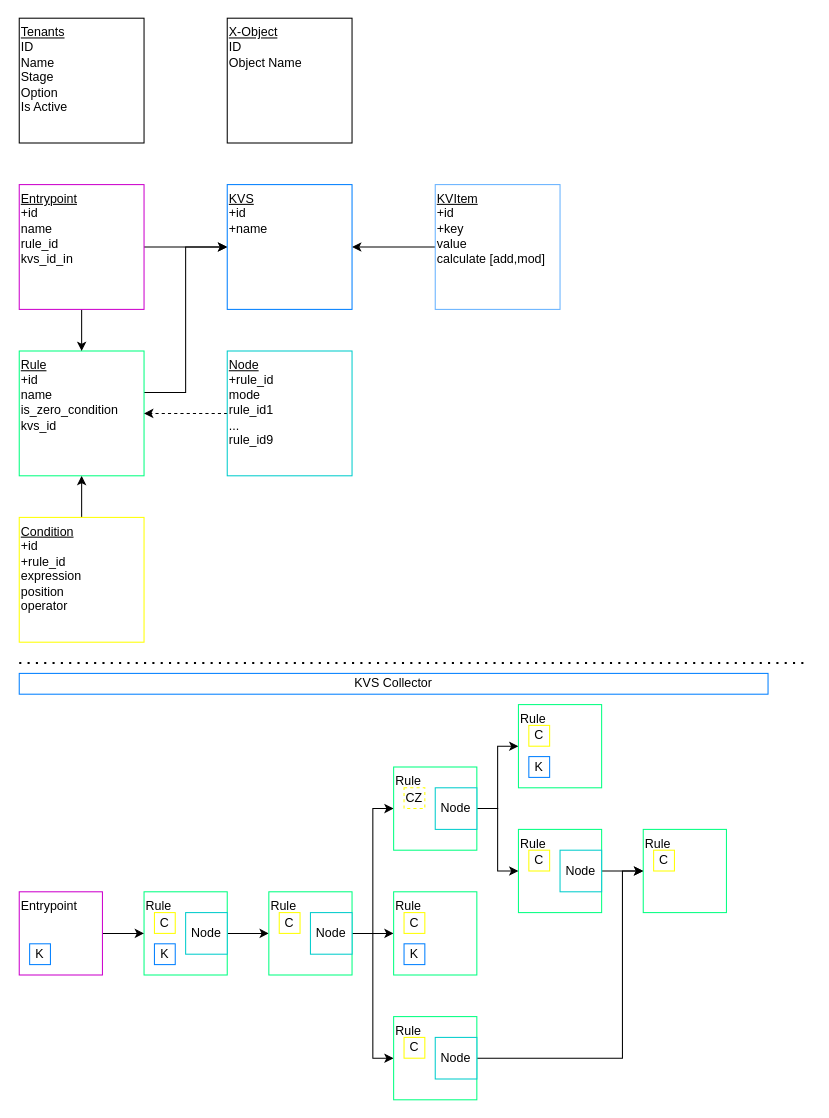
Before: page "Connections" (2 of 3) of NRule.drawio in edervzz/nrules, a draw.io diagram. Source tidied: cells renumbered, new cells numbered last; positions are measured from the earlier drawing's top-left corner, leaving out a move shared by most shapes. Both pictures are drawn from the tidied source at 104%, with x=0, y=0 at pixel (19, 18).
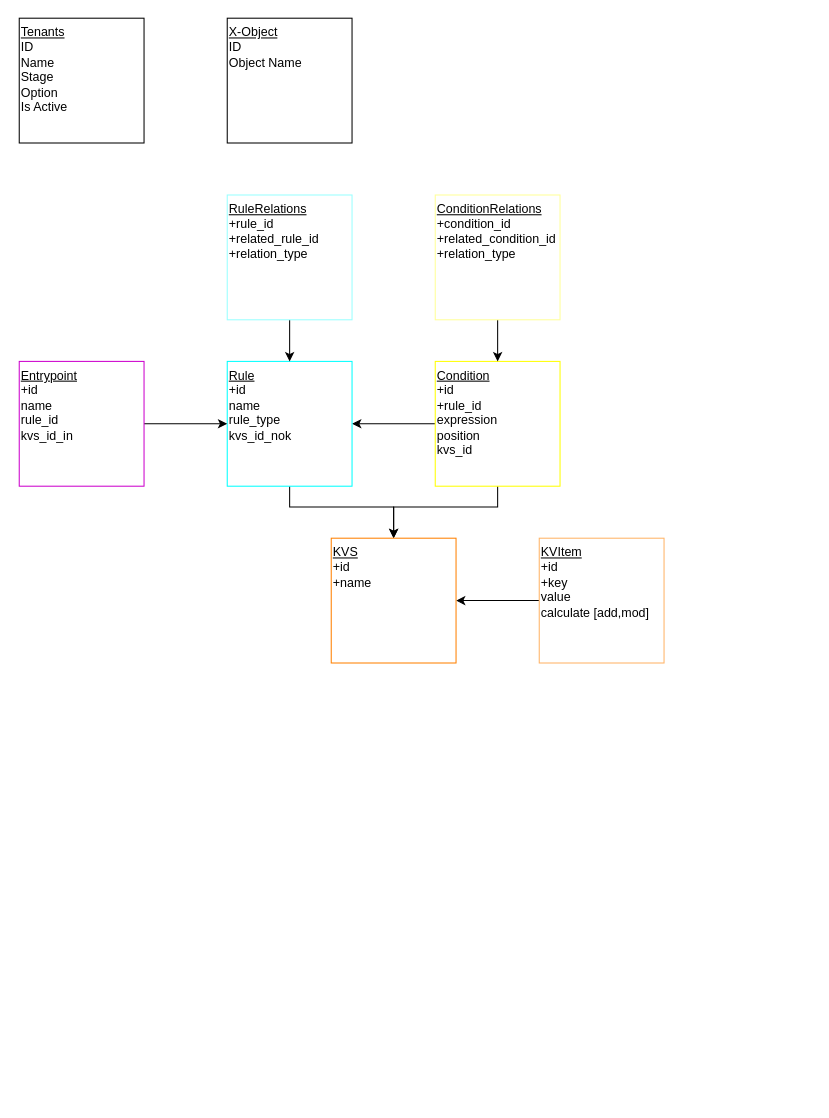
The same diagram, later.

What changed in the source:
```diff
@@
+    <mxCell id="53" style="edgeStyle=orthogonalEdgeStyle;rounded=0;jettySize=auto;html=1;entryX=0.5;entryY=0;entryDx=0;entryDy=0;" parent="1" edge="1" source="5" target="16">
+      <mxGeometry relative="1" as="geometry">
+        <Array as="points">
+          <mxPoint x="460" y="470" />
+          <mxPoint x="360" y="470" />
+        </Array>
+      </mxGeometry>
+    </mxCell>
-    <mxCell id="5" value="&lt;span style=&quot;background-color: initial;&quot;&gt;&lt;u&gt;Condition&lt;/u&gt;&lt;/span&gt;&lt;span style=&quot;background-color: initial;&quot;&gt;&lt;br&gt;&lt;/span&gt;+id&lt;br&gt;+rule_id&lt;br&gt;&lt;div&gt;&lt;/div&gt;expression&lt;br&gt;position&lt;br&gt;operator" style="rounded=0;whiteSpace=wrap;html=1;align=left;verticalAlign=top;strokeColor=#FFFF00;" parent="1" vertex="1">
-      <mxGeometry y="480" width="120" height="120" as="geometry" />
+    <mxCell id="5" value="&lt;span style=&quot;background-color: initial;&quot;&gt;&lt;u&gt;Condition&lt;/u&gt;&lt;/span&gt;&lt;span style=&quot;background-color: initial;&quot;&gt;&lt;br&gt;&lt;/span&gt;+id&lt;br&gt;+rule_id&lt;br&gt;&lt;div&gt;&lt;/div&gt;expression&lt;br&gt;position&lt;br&gt;kvs_id" style="rounded=0;whiteSpace=wrap;html=1;align=left;verticalAlign=top;strokeColor=#FFFF00;" parent="1" vertex="1">
+      <mxGeometry x="400" y="330" width="120" height="120" as="geometry" />
     </mxCell>
-    <mxCell id="6" style="edgeStyle=orthogonalEdgeStyle;rounded=0;jettySize=auto;html=1;entryX=0;entryY=0.5;entryDx=0;entryDy=0;" parent="1" edge="1" source="7" target="16">
+    <mxCell id="6" style="edgeStyle=orthogonalEdgeStyle;rounded=0;jettySize=auto;html=1;" parent="1" edge="1" source="7" target="16">
       <mxGeometry relative="1" as="geometry">
         <Array as="points">
-          <mxPoint x="160" y="360" />
-          <mxPoint x="160" y="220" />
+          <mxPoint x="260" y="470" />
+          <mxPoint x="360" y="470" />
         </Array>
       </mxGeometry>
     </mxCell>
-    <mxCell id="7" value="&lt;span style=&quot;background-color: initial;&quot;&gt;&lt;u&gt;Rule&lt;/u&gt;&lt;/span&gt;&lt;span style=&quot;background-color: initial;&quot;&gt;&lt;br&gt;&lt;/span&gt;+id&lt;br&gt;name&lt;div&gt;is_zero_condition&lt;br&gt;&lt;div&gt;kvs_id&lt;/div&gt;&lt;/div&gt;" style="rounded=0;whiteSpace=wrap;html=1;align=left;verticalAlign=top;strokeColor=#00FF80;" parent="1" vertex="1">
-      <mxGeometry y="320" width="120" height="120" as="geometry" />
+    <mxCell id="7" value="&lt;span style=&quot;background-color: initial;&quot;&gt;&lt;u&gt;Rule&lt;/u&gt;&lt;/span&gt;&lt;span style=&quot;background-color: initial;&quot;&gt;&lt;br&gt;&lt;/span&gt;+id&lt;br&gt;name&lt;div&gt;rule_type&lt;br&gt;&lt;div&gt;&lt;div&gt;kvs_id_nok&lt;/div&gt;&lt;/div&gt;&lt;/div&gt;" style="rounded=0;whiteSpace=wrap;html=1;align=left;verticalAlign=top;strokeColor=#00FFFF;" parent="1" vertex="1">
+      <mxGeometry x="200" y="330" width="120" height="120" as="geometry" />
     </mxCell>
-    <mxCell id="8" style="edgeStyle=orthogonalEdgeStyle;rounded=0;jettySize=auto;html=1;dashed=1;" parent="1" edge="1" source="9" target="7">
-      <mxGeometry relative="1" as="geometry" />
-    </mxCell>
-    <mxCell id="9" value="&lt;span style=&quot;background-color: initial;&quot;&gt;&lt;u&gt;Node&lt;/u&gt;&lt;/span&gt;&lt;span style=&quot;background-color: initial;&quot;&gt;&lt;br&gt;&lt;/span&gt;&lt;div&gt;+rule_id&lt;/div&gt;&lt;div&gt;mode&lt;/div&gt;&lt;div&gt;&lt;span style=&quot;background-color: initial;&quot;&gt;rule_id1&lt;/span&gt;&lt;br&gt;&lt;/div&gt;&lt;div&gt;&lt;div&gt;&lt;span style=&quot;background-color: initial;&quot;&gt;...&lt;/span&gt;&lt;/div&gt;&lt;div&gt;rule_id9&lt;/div&gt;&lt;/div&gt;" style="rounded=0;whiteSpace=wrap;html=1;align=left;verticalAlign=top;strokeColor=#00CCCC;" parent="1" vertex="1">
-      <mxGeometry x="200" y="320" width="120" height="120" as="geometry" />
-    </mxCell>
@@
-    <mxCell id="11" style="edgeStyle=orthogonalEdgeStyle;rounded=0;jettySize=auto;html=1;" parent="1" edge="1" source="12" target="16">
-      <mxGeometry relative="1" as="geometry" />
-    </mxCell>
     <mxCell id="12" value="&lt;span style=&quot;background-color: initial;&quot;&gt;&lt;u&gt;Entrypoint&lt;/u&gt;&lt;/span&gt;&lt;span style=&quot;background-color: initial;&quot;&gt;&lt;br&gt;&lt;/span&gt;+id&lt;div&gt;name&lt;br&gt;&lt;div&gt;rule_id&lt;/div&gt;&lt;/div&gt;&lt;div&gt;kvs_id_in&lt;/div&gt;" style="rounded=0;whiteSpace=wrap;html=1;align=left;verticalAlign=top;strokeColor=#CC00CC;" parent="1" vertex="1">
-      <mxGeometry y="160" width="120" height="120" as="geometry" />
+      <mxGeometry y="330" width="120" height="120" as="geometry" />
     </mxCell>
@@
-    <mxCell id="14" value="&lt;div&gt;&lt;span style=&quot;background-color: initial;&quot;&gt;&lt;u&gt;KVItem&lt;/u&gt;&lt;/span&gt;&lt;/div&gt;&lt;span style=&quot;background-color: initial;&quot;&gt;&lt;div&gt;&lt;span style=&quot;background-color: initial;&quot;&gt;+id&lt;/span&gt;&lt;/div&gt;&lt;/span&gt;&lt;span style=&quot;background-color: initial;&quot;&gt;+key&lt;/span&gt;&lt;div&gt;&lt;span style=&quot;background-color: initial;&quot;&gt;value&lt;/span&gt;&lt;/div&gt;&lt;div&gt;calculate [add,mod]&lt;/div&gt;" style="rounded=0;whiteSpace=wrap;html=1;align=left;verticalAlign=top;strokeColor=#66B2FF;" parent="1" vertex="1">
-      <mxGeometry x="400" y="160" width="120" height="120" as="geometry" />
+    <mxCell id="14" value="&lt;div&gt;&lt;span style=&quot;background-color: initial;&quot;&gt;&lt;u&gt;KVItem&lt;/u&gt;&lt;/span&gt;&lt;/div&gt;&lt;span style=&quot;background-color: initial;&quot;&gt;&lt;div&gt;&lt;span style=&quot;background-color: initial;&quot;&gt;+id&lt;/span&gt;&lt;/div&gt;&lt;/span&gt;&lt;span style=&quot;background-color: initial;&quot;&gt;+key&lt;/span&gt;&lt;div&gt;&lt;span style=&quot;background-color: initial;&quot;&gt;value&lt;/span&gt;&lt;/div&gt;&lt;div&gt;calculate [add,mod]&lt;/div&gt;" style="rounded=0;whiteSpace=wrap;html=1;align=left;verticalAlign=top;strokeColor=#FFB366;" parent="1" vertex="1">
+      <mxGeometry x="500" y="500" width="120" height="120" as="geometry" />
     </mxCell>
-    <mxCell id="15" value="KVS Collector" style="rounded=0;whiteSpace=wrap;html=1;strokeColor=#007FFF;" parent="1" vertex="1">
-      <mxGeometry y="630" width="720" height="20" as="geometry" />
-    </mxCell>
-    <mxCell id="16" value="&lt;div&gt;&lt;span style=&quot;background-color: initial;&quot;&gt;&lt;u&gt;KVS&lt;/u&gt;&lt;/span&gt;&lt;/div&gt;&lt;span style=&quot;background-color: initial;&quot;&gt;&lt;div&gt;&lt;span style=&quot;background-color: initial;&quot;&gt;+id&lt;/span&gt;&lt;/div&gt;&lt;/span&gt;&lt;span style=&quot;background-color: initial;&quot;&gt;+name&lt;/span&gt;" style="rounded=0;whiteSpace=wrap;html=1;align=left;verticalAlign=top;strokeColor=#007FFF;" parent="1" vertex="1">
-      <mxGeometry x="200" y="160" width="120" height="120" as="geometry" />
+    <mxCell id="16" value="&lt;div&gt;&lt;span style=&quot;background-color: initial;&quot;&gt;&lt;u&gt;KVS&lt;/u&gt;&lt;/span&gt;&lt;/div&gt;&lt;span style=&quot;background-color: initial;&quot;&gt;&lt;div&gt;&lt;span style=&quot;background-color: initial;&quot;&gt;+id&lt;/span&gt;&lt;/div&gt;&lt;/span&gt;&lt;span style=&quot;background-color: initial;&quot;&gt;+name&lt;/span&gt;" style="rounded=0;whiteSpace=wrap;html=1;align=left;verticalAlign=top;strokeColor=#FF8000;" parent="1" vertex="1">
+      <mxGeometry x="300" y="500" width="120" height="120" as="geometry" />
     </mxCell>
-    <mxCell id="17" style="endArrow=none;dashed=1;html=1;dashPattern=1 3;strokeWidth=2;rounded=0;" parent="1" edge="1">
-      <mxGeometry relative="1" as="geometry">
-        <mxPoint y="620" as="sourcePoint" />
-        <mxPoint x="760" y="620" as="targetPoint" />
-      </mxGeometry>
-    </mxCell>
-    <mxCell id="18" style="edgeStyle=orthogonalEdgeStyle;rounded=0;jettySize=auto;html=1;" parent="1" edge="1" source="19" target="23">
-      <mxGeometry relative="1" as="geometry" />
-    </mxCell>
-    <mxCell id="19" value="&lt;span&gt;Rule&lt;/span&gt;" style="rounded=0;whiteSpace=wrap;html=1;align=left;verticalAlign=top;strokeColor=#00FF80;fontStyle=0;" parent="1" vertex="1">
-      <mxGeometry x="120" y="840" width="80" height="80" as="geometry" />
-    </mxCell>
-    <mxCell id="20" style="edgeStyle=orthogonalEdgeStyle;rounded=0;jettySize=auto;html=1;" parent="1" edge="1" source="23" target="26">
-      <mxGeometry relative="1" as="geometry" />
-    </mxCell>
-    <mxCell id="21" style="edgeStyle=orthogonalEdgeStyle;rounded=0;jettySize=auto;html=1;entryX=0;entryY=0.5;entryDx=0;entryDy=0;" parent="1" edge="1" source="23" target="29">
-      <mxGeometry relative="1" as="geometry" />
-    </mxCell>
-    <mxCell id="22" style="edgeStyle=orthogonalEdgeStyle;rounded=0;jettySize=auto;html=1;entryX=0;entryY=0.5;entryDx=0;entryDy=0;" parent="1" edge="1" source="23" target="37">
-      <mxGeometry relative="1" as="geometry" />
-    </mxCell>
-    <mxCell id="23" value="&lt;span&gt;Rule&lt;/span&gt;" style="rounded=0;whiteSpace=wrap;html=1;align=left;verticalAlign=top;strokeColor=#00FF80;fontStyle=0;" parent="1" vertex="1">
-      <mxGeometry x="240" y="840" width="80" height="80" as="geometry" />
-    </mxCell>
-    <mxCell id="24" value="Node" style="rounded=0;whiteSpace=wrap;html=1;align=center;verticalAlign=middle;strokeColor=#00CCCC;" parent="1" vertex="1">
-      <mxGeometry x="160" y="860" width="40" height="40" as="geometry" />
-    </mxCell>
-    <mxCell id="25" value="Node" style="rounded=0;whiteSpace=wrap;html=1;align=center;verticalAlign=middle;strokeColor=#00CCCC;" parent="1" vertex="1">
-      <mxGeometry x="280" y="860" width="40" height="40" as="geometry" />
-    </mxCell>
-    <mxCell id="26" value="&lt;span&gt;Rule&lt;/span&gt;" style="rounded=0;whiteSpace=wrap;html=1;align=left;verticalAlign=top;strokeColor=#00FF80;fontStyle=0;" parent="1" vertex="1">
-      <mxGeometry x="360" y="840" width="80" height="80" as="geometry" />
-    </mxCell>
-    <mxCell id="27" style="edgeStyle=orthogonalEdgeStyle;rounded=0;jettySize=auto;html=1;" parent="1" edge="1" source="29" target="30">
-      <mxGeometry relative="1" as="geometry" />
-    </mxCell>
-    <mxCell id="28" style="edgeStyle=orthogonalEdgeStyle;rounded=0;jettySize=auto;html=1;" parent="1" edge="1" source="29" target="32">
-      <mxGeometry relative="1" as="geometry" />
-    </mxCell>
-    <mxCell id="29" value="&lt;span&gt;Rule&lt;/span&gt;" style="rounded=0;whiteSpace=wrap;html=1;align=left;verticalAlign=top;strokeColor=#00FF80;fontStyle=0;" parent="1" vertex="1">
-      <mxGeometry x="360" y="720" width="80" height="80" as="geometry" />
-    </mxCell>
-    <mxCell id="30" value="&lt;span&gt;Rule&lt;/span&gt;" style="rounded=0;whiteSpace=wrap;html=1;align=left;verticalAlign=top;strokeColor=#00FF80;fontStyle=0;" parent="1" vertex="1">
-      <mxGeometry x="480" y="660" width="80" height="80" as="geometry" />
-    </mxCell>
-    <mxCell id="31" style="edgeStyle=orthogonalEdgeStyle;rounded=0;jettySize=auto;html=1;" parent="1" edge="1" source="32" target="33">
-      <mxGeometry relative="1" as="geometry" />
-    </mxCell>
-    <mxCell id="32" value="&lt;span&gt;Rule&lt;/span&gt;" style="rounded=0;whiteSpace=wrap;html=1;align=left;verticalAlign=top;strokeColor=#00FF80;fontStyle=0;" parent="1" vertex="1">
-      <mxGeometry x="480" y="780" width="80" height="80" as="geometry" />
-    </mxCell>
-    <mxCell id="33" value="&lt;span&gt;Rule&lt;/span&gt;" style="rounded=0;whiteSpace=wrap;html=1;align=left;verticalAlign=top;strokeColor=#00FF80;fontStyle=0;" parent="1" vertex="1">
-      <mxGeometry x="600" y="780" width="80" height="80" as="geometry" />
-    </mxCell>
-    <mxCell id="34" value="Node" style="rounded=0;whiteSpace=wrap;html=1;align=center;verticalAlign=middle;strokeColor=#00CCCC;" parent="1" vertex="1">
-      <mxGeometry x="400" y="740" width="40" height="40" as="geometry" />
-    </mxCell>
-    <mxCell id="35" value="Node" style="rounded=0;whiteSpace=wrap;html=1;align=center;verticalAlign=middle;strokeColor=#00CCCC;" parent="1" vertex="1">
-      <mxGeometry x="520" y="800" width="40" height="40" as="geometry" />
-    </mxCell>
-    <mxCell id="36" style="edgeStyle=orthogonalEdgeStyle;rounded=0;jettySize=auto;html=1;" parent="1" edge="1" source="37" target="33">
-      <mxGeometry relative="1" as="geometry">
-        <Array as="points">
-          <mxPoint x="580" y="1000" />
-          <mxPoint x="580" y="820" />
-        </Array>
-      </mxGeometry>
-    </mxCell>
-    <mxCell id="37" value="&lt;span&gt;Rule&lt;/span&gt;" style="rounded=0;whiteSpace=wrap;html=1;align=left;verticalAlign=top;strokeColor=#00FF80;fontStyle=0;" parent="1" vertex="1">
-      <mxGeometry x="360" y="960" width="80" height="80" as="geometry" />
-    </mxCell>
-    <mxCell id="38" value="Node" style="rounded=0;whiteSpace=wrap;html=1;align=center;verticalAlign=middle;strokeColor=#00CCCC;" parent="1" vertex="1">
-      <mxGeometry x="400" y="980" width="40" height="40" as="geometry" />
-    </mxCell>
-    <mxCell id="39" value="&lt;span&gt;C&lt;/span&gt;" style="rounded=0;whiteSpace=wrap;html=1;align=center;verticalAlign=middle;strokeColor=#FFFF00;fontStyle=0;" parent="1" vertex="1">
-      <mxGeometry x="130" y="860" width="20" height="20" as="geometry" />
-    </mxCell>
-    <mxCell id="40" value="&lt;span&gt;C&lt;/span&gt;" style="rounded=0;whiteSpace=wrap;html=1;align=center;verticalAlign=middle;strokeColor=#FFFF00;fontStyle=0;" parent="1" vertex="1">
-      <mxGeometry x="250" y="860" width="20" height="20" as="geometry" />
-    </mxCell>
-    <mxCell id="41" value="&lt;span&gt;CZ&lt;/span&gt;" style="rounded=0;whiteSpace=wrap;html=1;align=center;verticalAlign=middle;strokeColor=#FFFF00;fontStyle=0;dashed=1;" parent="1" vertex="1">
-      <mxGeometry x="370" y="740" width="20" height="20" as="geometry" />
-    </mxCell>
-    <mxCell id="42" value="&lt;span&gt;C&lt;/span&gt;" style="rounded=0;whiteSpace=wrap;html=1;align=center;verticalAlign=middle;strokeColor=#FFFF00;fontStyle=0;" parent="1" vertex="1">
-      <mxGeometry x="370" y="860" width="20" height="20" as="geometry" />
-    </mxCell>
-    <mxCell id="43" value="&lt;span&gt;C&lt;/span&gt;" style="rounded=0;whiteSpace=wrap;html=1;align=center;verticalAlign=middle;strokeColor=#FFFF00;fontStyle=0;" parent="1" vertex="1">
-      <mxGeometry x="490" y="680" width="20" height="20" as="geometry" />
-    </mxCell>
-    <mxCell id="44" value="&lt;span&gt;C&lt;/span&gt;" style="rounded=0;whiteSpace=wrap;html=1;align=center;verticalAlign=middle;strokeColor=#FFFF00;fontStyle=0;" parent="1" vertex="1">
-      <mxGeometry x="490" y="800" width="20" height="20" as="geometry" />
-    </mxCell>
-    <mxCell id="45" value="&lt;span&gt;C&lt;/span&gt;" style="rounded=0;whiteSpace=wrap;html=1;align=center;verticalAlign=middle;strokeColor=#FFFF00;fontStyle=0;" parent="1" vertex="1">
-      <mxGeometry x="610" y="800" width="20" height="20" as="geometry" />
-    </mxCell>
-    <mxCell id="46" value="&lt;span&gt;C&lt;/span&gt;" style="rounded=0;whiteSpace=wrap;html=1;align=center;verticalAlign=middle;strokeColor=#FFFF00;fontStyle=0;" parent="1" vertex="1">
-      <mxGeometry x="370" y="980" width="20" height="20" as="geometry" />
-    </mxCell>
-    <mxCell id="47" value="&lt;div&gt;&lt;span&gt;K&lt;/span&gt;&lt;/div&gt;" style="rounded=0;whiteSpace=wrap;html=1;align=center;verticalAlign=middle;strokeColor=#007FFF;fontStyle=0;" parent="1" vertex="1">
-      <mxGeometry x="130" y="890" width="20" height="20" as="geometry" />
-    </mxCell>
-    <mxCell id="48" value="&lt;div&gt;&lt;span&gt;K&lt;/span&gt;&lt;/div&gt;" style="rounded=0;whiteSpace=wrap;html=1;align=center;verticalAlign=middle;strokeColor=#007FFF;fontStyle=0;" parent="1" vertex="1">
-      <mxGeometry x="370" y="890" width="20" height="20" as="geometry" />
-    </mxCell>
-    <mxCell id="49" value="&lt;div&gt;&lt;span&gt;K&lt;/span&gt;&lt;/div&gt;" style="rounded=0;whiteSpace=wrap;html=1;align=center;verticalAlign=middle;strokeColor=#007FFF;fontStyle=0;" parent="1" vertex="1">
-      <mxGeometry x="490" y="710" width="20" height="20" as="geometry" />
-    </mxCell>
-    <mxCell id="50" style="edgeStyle=orthogonalEdgeStyle;rounded=0;jettySize=auto;html=1;" parent="1" edge="1" source="51" target="19">
-      <mxGeometry relative="1" as="geometry" />
-    </mxCell>
-    <mxCell id="51" value="&lt;span&gt;Entrypoint&lt;/span&gt;" style="rounded=0;whiteSpace=wrap;html=1;align=left;verticalAlign=top;strokeColor=#CC00CC;fontStyle=0;" parent="1" vertex="1">
-      <mxGeometry y="840" width="80" height="80" as="geometry" />
-    </mxCell>
-    <mxCell id="52" value="&lt;div&gt;&lt;span&gt;K&lt;/span&gt;&lt;/div&gt;" style="rounded=0;whiteSpace=wrap;html=1;align=center;verticalAlign=middle;strokeColor=#007FFF;fontStyle=0;" parent="1" vertex="1">
-      <mxGeometry x="10" y="890" width="20" height="20" as="geometry" />
-    </mxCell>
+    <mxCell id="54" style="edgeStyle=orthogonalEdgeStyle;rounded=0;jettySize=auto;html=1;" parent="1" edge="1" source="55" target="5">
+      <mxGeometry relative="1" as="geometry" />
+    </mxCell>
+    <mxCell id="55" value="&lt;span style=&quot;background-color: initial;&quot;&gt;&lt;u&gt;ConditionRelations&lt;/u&gt;&lt;/span&gt;&lt;span style=&quot;background-color: initial;&quot;&gt;&lt;br&gt;&lt;/span&gt;+condition_id&lt;br&gt;+related_condition_id&lt;br&gt;&lt;div&gt;&lt;/div&gt;+relation_type" style="rounded=0;whiteSpace=wrap;html=1;align=left;verticalAlign=top;strokeColor=#FFFF99;" parent="1" vertex="1">
+      <mxGeometry x="400" y="170" width="120" height="120" as="geometry" />
+    </mxCell>
+    <mxCell id="56" style="edgeStyle=orthogonalEdgeStyle;rounded=0;jettySize=auto;html=1;" parent="1" edge="1" source="57" target="7">
+      <mxGeometry relative="1" as="geometry" />
+    </mxCell>
+    <mxCell id="57" value="&lt;span style=&quot;background-color: initial;&quot;&gt;&lt;u&gt;RuleRelations&lt;/u&gt;&lt;/span&gt;&lt;span style=&quot;background-color: initial;&quot;&gt;&lt;br&gt;&lt;/span&gt;+rule_id&lt;br&gt;+related_rule_id&lt;br&gt;&lt;div&gt;&lt;/div&gt;+relation_type" style="rounded=0;whiteSpace=wrap;html=1;align=left;verticalAlign=top;strokeColor=#99FFFF;" parent="1" vertex="1">
+      <mxGeometry x="200" y="170" width="120" height="120" as="geometry" />
+    </mxCell>
```
